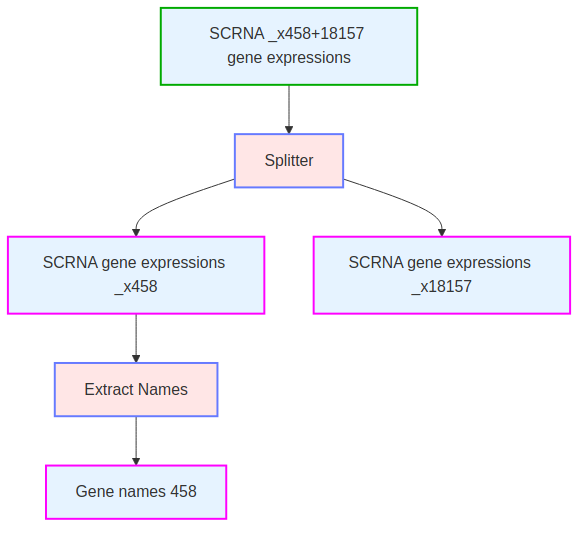
Before: mermaid/SCRNA_unpack.png, a diagram exported from Mermaid (catskillsresearch/broad-3-catskills). Its source is kept beside it as mermaid/SCRNA_unpack.mmd.
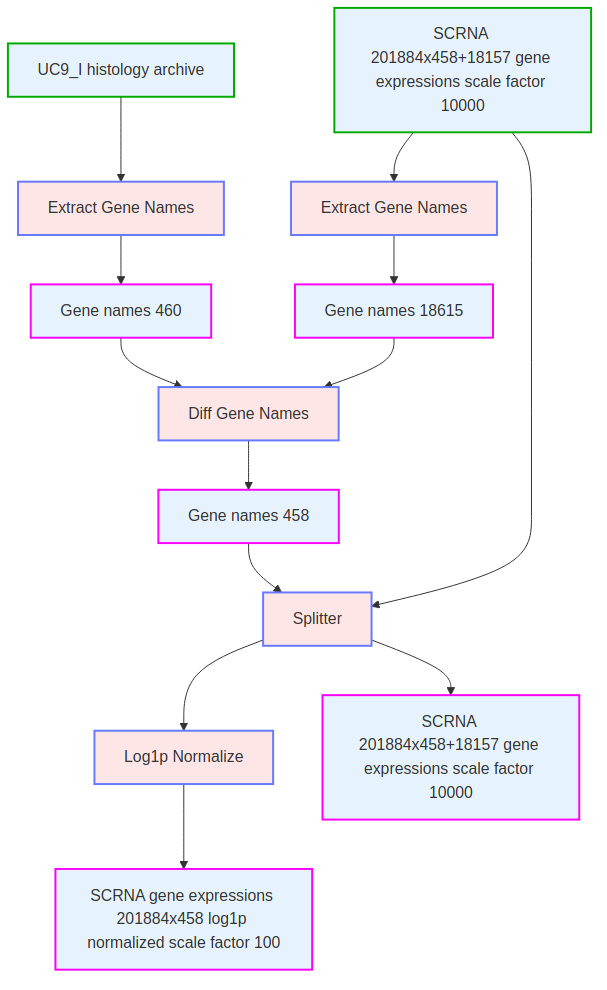
Above is the later version.

Change to the diagram source:
```diff
@@ -5,11 +5,21 @@
     classDef inputData fill:#e6f3ff,stroke:#00AA00,stroke-width:2px
     classDef outputData fill:#e6f3ff,stroke:#FF00FF,stroke-width:2px
 
-    data14["SCRNA _x458+18157 gene expressions"]:::inputData
+    data14["SCRNA 201884x458+18157 gene expressions scale factor 10000"]:::inputData
     op9["Splitter"]:::op
-    data15["SCRNA gene expressions _x458"]:::outputData
-    data16["SCRNA gene expressions _x18157"]:::outputData
-    data14 --> op9 --> data15 & data16
-    data17["Gene names 458"]:::outputData
-    op10["Extract Names"]:::op
-    data15 --> op10 --> data17
+    data15["SCRNA gene expressions 201884x458 log1p normalized scale factor 100"]:::outputData
+    data172["Gene names 18615"]:::outputData
+    op102["Extract Gene Names"]:::op
+    data14 --> op102 --> data172
+    data171["Gene names 458"]:::outputData
+    data1["UC9_I histology archive"]:::inputData
+    op101["Extract Gene Names"]:::op
+    data17["Gene names 460"]:::outputData
+    data1 --> op101 --> data17
+    op1010["Diff Gene Names"]:::op
+    data17 & data172 --> op1010 --> data171 --> op9
+    op172["Log1p Normalize"]:::op
+    data14 --> op9
+    data141["SCRNA 201884x458+18157 gene expressions scale factor 10000"]:::outputData
+    op9 --> op172 --> data15
+    op9 --> data141
```
